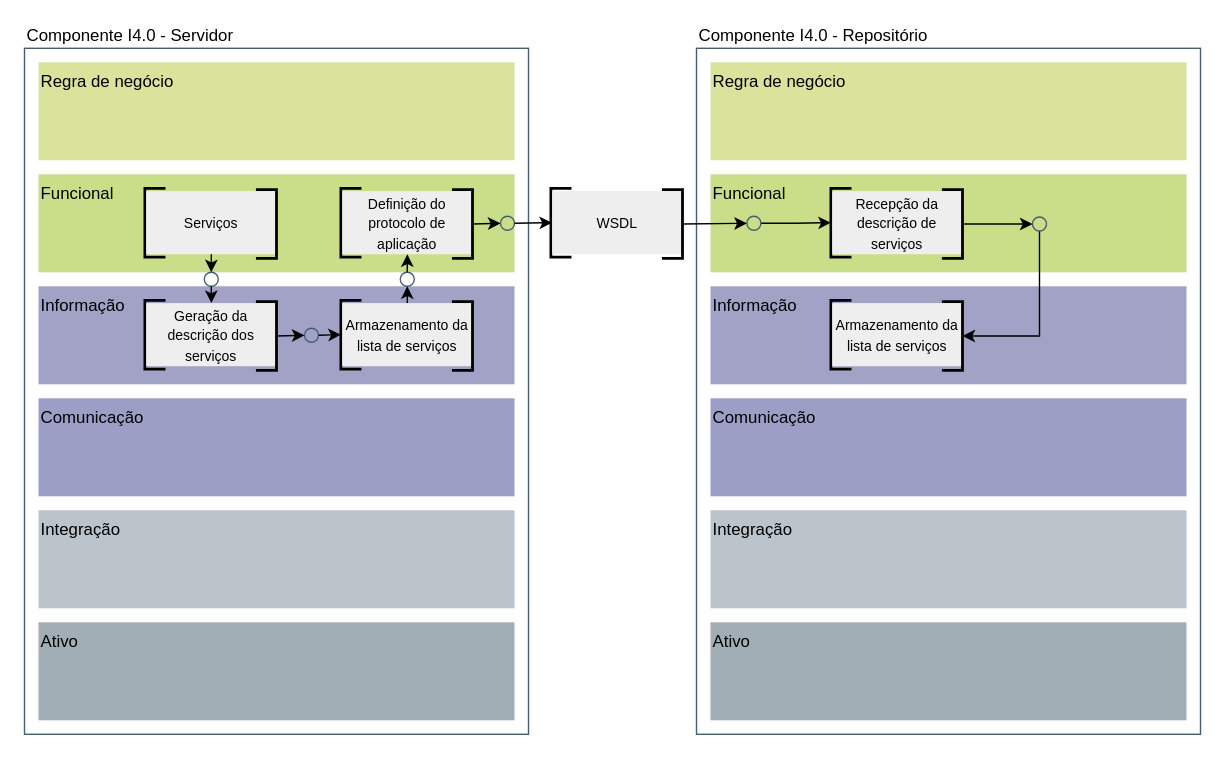
Before: page "rami-publicacao" (6 of 9) of imagens/diagramas/aas.drawio in hvitoi/i4.0-PLM, a draw.io diagram. Source tidied: cells renumbered, new cells numbered last; positions are measured from the earlier drawing's top-left corner, leaving out a move shared by most shapes. Both pictures are drawn from the tidied source at 140%, with x=0, y=0 at pixel (24, 48).
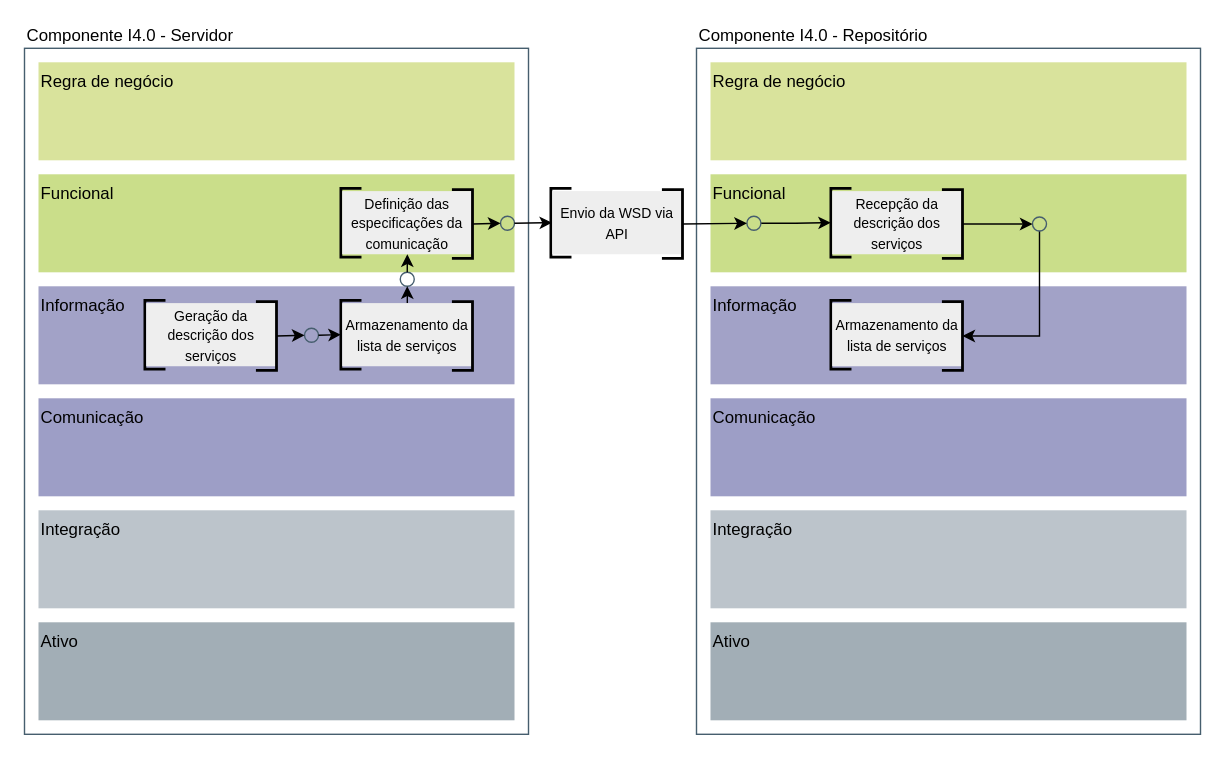
The same diagram, later.

Unchanged cells that the change refers to:
```xml
<mxCell id="2" style="group;" parent="1" vertex="1">
  <mxGeometry width="360" height="490" as="geometry" />
</mxCell>
<mxCell id="16" value="&lt;span style=&quot;font-size: 10px&quot;&gt;Geração da descrição dos serviços&lt;/span&gt;" style="rounded=0;whiteSpace=wrap;html=1;fillColor=#eeeeee;strokeColor=none;" parent="14" vertex="1">
  <mxGeometry x="6.9" y="2" width="93.1" height="45.1" as="geometry" />
</mxCell>
<mxCell id="33" style="group;" parent="32" vertex="1">
  <mxGeometry width="100" height="50" as="geometry" />
</mxCell>
<mxCell id="65" style="group;" parent="64" vertex="1">
  <mxGeometry width="100" height="50" as="geometry" />
</mxCell>
<mxCell id="86" style="group;" parent="85" vertex="1">
  <mxGeometry width="100" height="50" as="geometry" />
</mxCell>
```

The edit, as a diff of the source:
```diff
@@
-    <mxCell id="18" style="group;" parent="2" vertex="1">
-      <mxGeometry x="80" y="100" width="100" height="50" as="geometry" />
-    </mxCell>
-    <mxCell id="19" style="group;" parent="18" vertex="1">
-      <mxGeometry width="100" height="50" as="geometry" />
-    </mxCell>
-    <mxCell id="20" style="group;" parent="19" vertex="1">
-      <mxGeometry width="100" height="50" as="geometry" />
-    </mxCell>
-    <mxCell id="21" style="group;" parent="20" vertex="1">
-      <mxGeometry width="100" height="50" as="geometry" />
-    </mxCell>
-    <mxCell id="22" style="group;" parent="21" vertex="1">
-      <mxGeometry width="100" height="50" as="geometry" />
-    </mxCell>
-    <mxCell id="23" style="strokeWidth=2;html=1;shape=mxgraph.flowchart.annotation_1;align=left;" parent="22" vertex="1">
-      <mxGeometry x="6" width="14.7" height="49.1" as="geometry" />
-    </mxCell>
-    <mxCell id="24" value="&lt;span style=&quot;font-size: 10px&quot;&gt;Serviços&lt;/span&gt;" style="rounded=0;whiteSpace=wrap;html=1;fillColor=#eeeeee;strokeColor=none;" parent="22" vertex="1">
-      <mxGeometry x="6.9" y="2" width="93.1" height="45.1" as="geometry" />
-    </mxCell>
-    <mxCell id="25" style="strokeWidth=2;html=1;shape=mxgraph.flowchart.annotation_1;align=left;rotation=-180;" parent="18" vertex="1">
-      <mxGeometry x="85.3" y="0.9" width="14.7" height="49.1" as="geometry" />
-    </mxCell>
-    <mxCell id="26" style="ellipse;whiteSpace=wrap;html=1;shadow=0;comic=0;strokeColor=#465E6E;fillColor=none;gradientColor=none;align=left;" parent="2" vertex="1">
-      <mxGeometry x="128.4" y="160" width="10" height="10" as="geometry" />
-    </mxCell>
-    <mxCell id="27" style="endArrow=classic;html=1;exitX=0.5;exitY=1;exitDx=0;exitDy=0;entryX=0.5;entryY=0;entryDx=0;entryDy=0;" parent="2" edge="1" source="24" target="26">
-      <mxGeometry relative="1" as="geometry" />
-    </mxCell>
-    <mxCell id="28" style="endArrow=classic;html=1;exitX=0.5;exitY=1;exitDx=0;exitDy=0;entryX=0.5;entryY=0;entryDx=0;entryDy=0;" parent="2" edge="1" source="26" target="16">
-      <mxGeometry relative="1" as="geometry" />
-    </mxCell>
@@
-    <mxCell id="35" value="&lt;span style=&quot;font-size: 10px&quot;&gt;Definição do protocolo de aplicação&lt;/span&gt;" style="rounded=0;whiteSpace=wrap;html=1;fillColor=#eeeeee;strokeColor=none;" parent="33" vertex="1">
+    <mxCell id="35" value="&lt;span style=&quot;font-size: 10px&quot;&gt;Definição das especificações da comunicação&lt;/span&gt;" style="rounded=0;whiteSpace=wrap;html=1;fillColor=#eeeeee;strokeColor=none;" parent="33" vertex="1">
       <mxGeometry x="6.9" y="2" width="93.1" height="45.1" as="geometry" />
     </mxCell>
@@
-    <mxCell id="67" value="&lt;span style=&quot;font-size: 10px&quot;&gt;Recepção da descrição de serviços&lt;/span&gt;" style="rounded=0;whiteSpace=wrap;html=1;fillColor=#eeeeee;strokeColor=none;" parent="65" vertex="1">
+    <mxCell id="67" value="&lt;span style=&quot;font-size: 10px&quot;&gt;Recepção da descrição dos serviços&lt;/span&gt;" style="rounded=0;whiteSpace=wrap;html=1;fillColor=#eeeeee;strokeColor=none;" parent="65" vertex="1">
       <mxGeometry x="6.9" y="2" width="93.1" height="45.1" as="geometry" />
     </mxCell>
@@
-    <mxCell id="88" value="&lt;span style=&quot;font-size: 10px&quot;&gt;WSDL&lt;/span&gt;" style="rounded=0;whiteSpace=wrap;html=1;fillColor=#eeeeee;strokeColor=none;" parent="86" vertex="1">
+    <mxCell id="88" value="&lt;span style=&quot;font-size: 10px&quot;&gt;Envio da WSD via API&lt;/span&gt;" style="rounded=0;whiteSpace=wrap;html=1;fillColor=#eeeeee;strokeColor=none;" parent="86" vertex="1">
       <mxGeometry x="6.9" y="2" width="93.1" height="45.1" as="geometry" />
     </mxCell>
```
